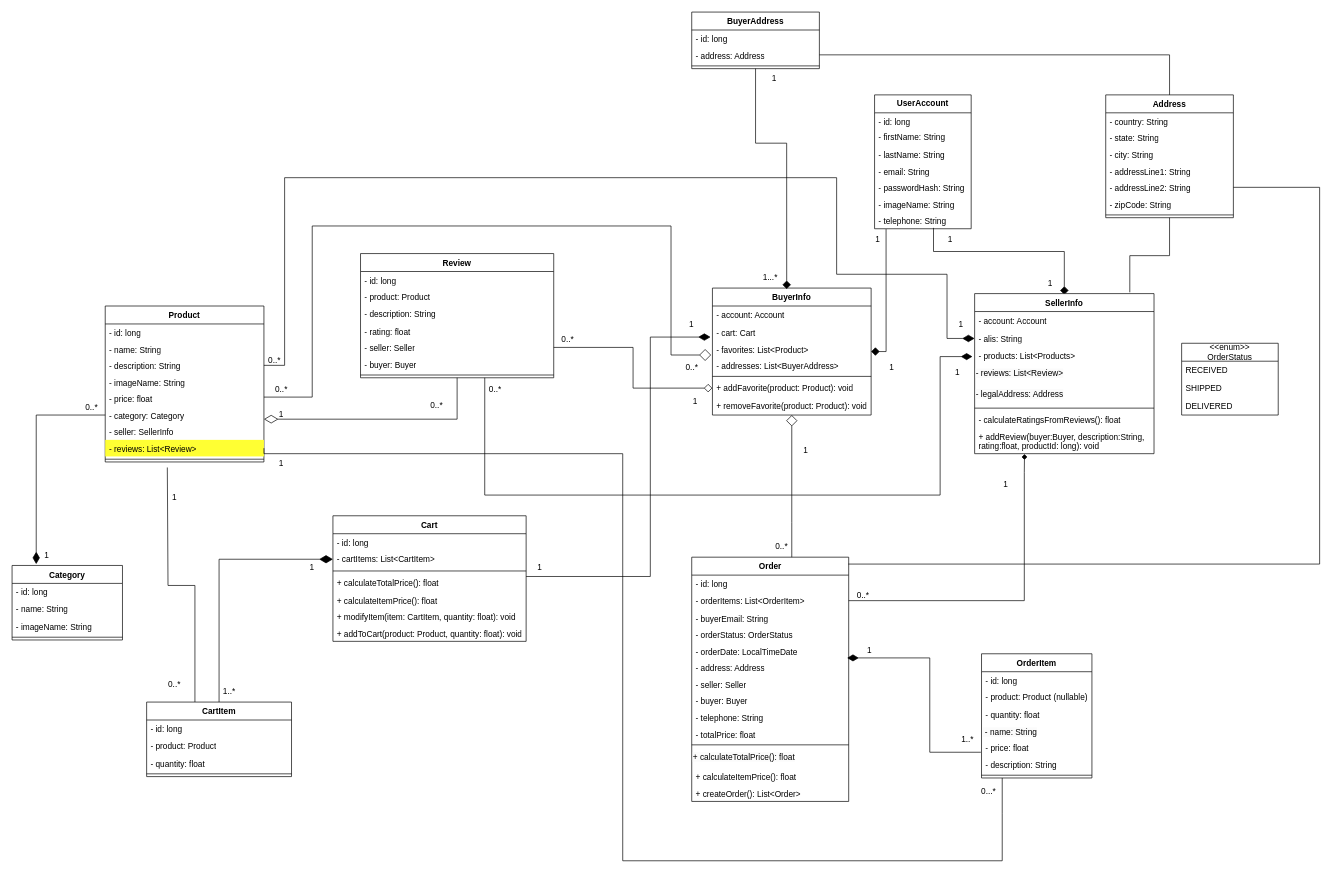
This is page "class-diagram" (4 of 4) of use_case_diagram.drawio from VladCiobotariu/InternshipProject, a draw.io file, before an edit. Source tidied: cells renumbered, new cells numbered last; positions are measured from the earlier drawing's top-left corner, leaving out a move shared by most shapes. Both pictures are drawn from the tidied source at 69%, with x=0, y=0 at pixel (12, 12).
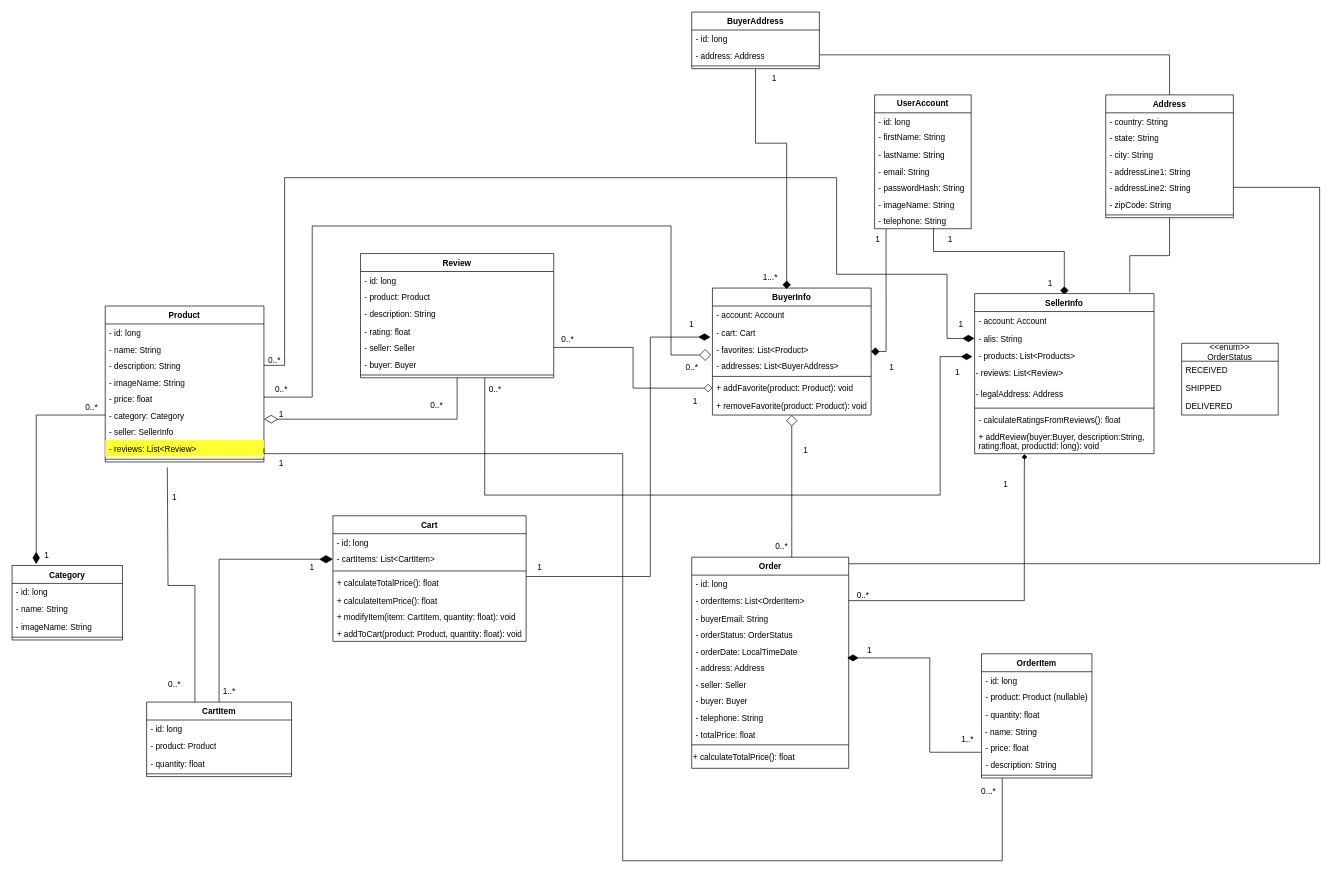
The same page after the edit.

Unchanged cells that the change refers to:
```xml
<mxCell id="9" value="- category: Category" style="text;strokeColor=none;fillColor=none;align=left;verticalAlign=top;spacingLeft=4;spacingRight=4;overflow=hidden;points=[[0,0.5],[1,0.5]];portConstraint=eastwest;whiteSpace=wrap;html=1;" parent="3" vertex="1">
  <mxGeometry y="146" width="230" height="24" as="geometry" />
</mxCell>
```

The edit, as a diff of the source:
```diff
@@
     <mxCell id="23" value="Order" style="swimlane;fontStyle=1;align=center;verticalAlign=top;horizontal=1;startSize=26;whiteSpace=wrap;html=1;" parent="1" vertex="1">
-      <mxGeometry x="985" y="790" width="227.5" height="354" as="geometry" />
+      <mxGeometry x="985" y="790" width="227.5" height="306" as="geometry" />
     </mxCell>
@@
-    <mxCell id="36" value="+ calculateItemPrice(): float" style="text;strokeColor=none;fillColor=none;align=left;verticalAlign=top;spacingLeft=4;spacingRight=4;overflow=hidden;whiteSpace=wrap;html=1;" parent="23" vertex="1">
-      <mxGeometry y="306" width="227.5" height="24" as="geometry" />
-    </mxCell>
-    <mxCell id="37" value="+ createOrder(): List&amp;lt;Order&amp;gt;" style="text;strokeColor=none;fillColor=none;align=left;verticalAlign=top;spacingLeft=4;spacingRight=4;overflow=hidden;whiteSpace=wrap;html=1;" parent="23" vertex="1">
-      <mxGeometry y="330" width="227.5" height="24" as="geometry" />
-    </mxCell>
@@
-    <mxCell id="99" style="edgeStyle=orthogonalEdgeStyle;rounded=0;jettySize=auto;html=1;entryX=0;entryY=0.5;entryDx=0;entryDy=0;endArrow=none;endFill=0;startArrow=diamondThin;startFill=1;startSize=15;" parent="1" edge="1" target="9">
+    <mxCell id="99" style="edgeStyle=orthogonalEdgeStyle;rounded=0;jettySize=auto;html=1;entryX=0;entryY=0.5;entryDx=0;entryDy=0;endArrow=none;endFill=0;startArrow=diamondThin;startFill=1;startSize=15;fillColor=none;" parent="1" edge="1" target="9">
       <mxGeometry relative="1" as="geometry">
         <mxPoint x="35" y="800" as="sourcePoint" />
         <Array as="points">
           <mxPoint x="35" y="584" />
         </Array>
       </mxGeometry>
     </mxCell>
```
